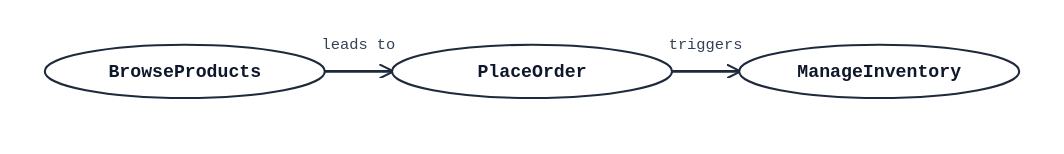
alliecatowo/puml keeps this PlantUML diagram as docs/examples/usecase/02_with_actors.svg. Above is the earlier version. Its source is kept beside it as docs/examples/usecase/02_with_actors.puml. Source of this version:
```plantuml
@startuml
usecase BrowseProducts as UC1
usecase PlaceOrder as UC2
usecase ManageInventory as UC3
UC1 --> UC2 : leads to
UC2 --> UC3 : triggers
@enduml
```
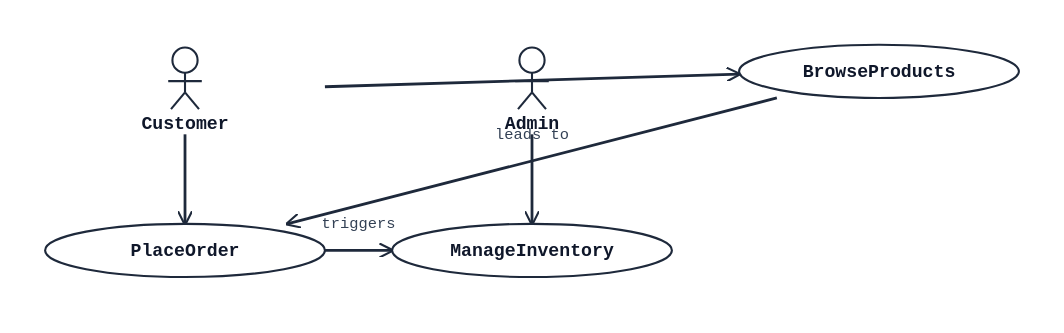
Above is the later version.

Commit message:
Fix #475: add actor declarations to usecase fixtures and verify stick figure rendering

Diff of the diagram source:
```diff
@@ -1,7 +1,12 @@
 @startuml
+actor Customer
+actor Admin
 usecase BrowseProducts as UC1
 usecase PlaceOrder as UC2
 usecase ManageInventory as UC3
+Customer --> UC1
+Customer --> UC2
+Admin --> UC3
 UC1 --> UC2 : leads to
 UC2 --> UC3 : triggers
 @enduml
```
